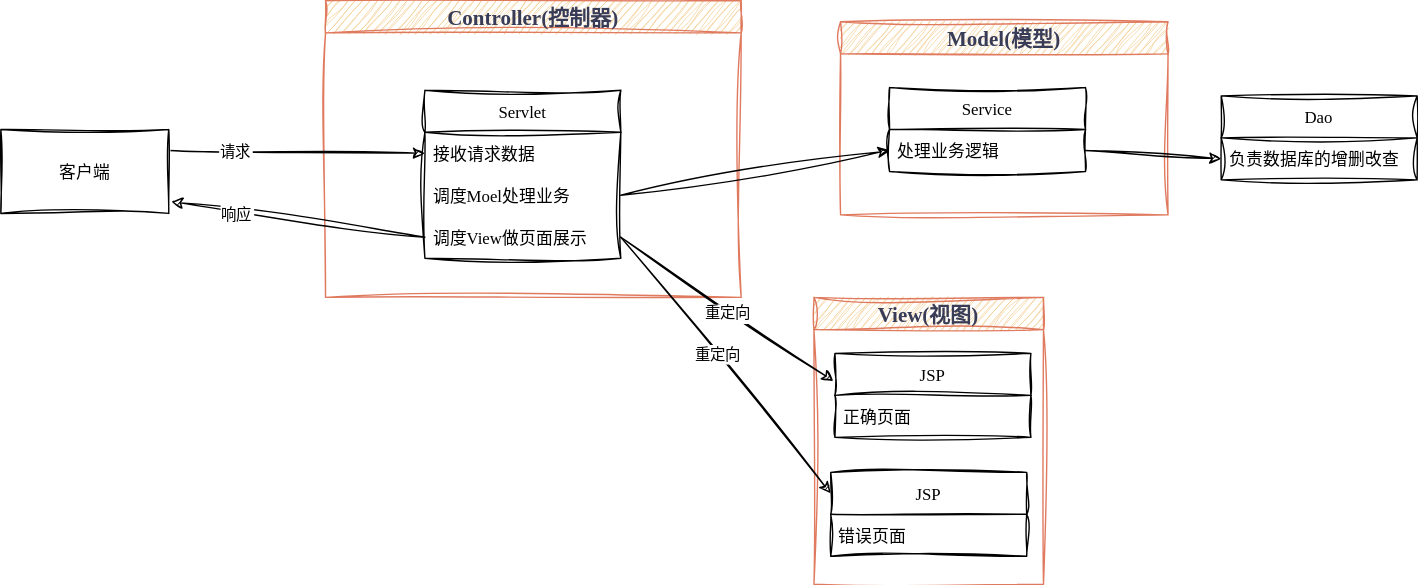
This is diagrams/java_serve/web_application/mvc/MVC架构模式.svg from luguosong/images, a draw.io export, as it was before one commit. Source tidied: cells renumbered, new cells last; positions are measured from the earlier drawing's top-left corner, leaving out a move shared by most shapes.
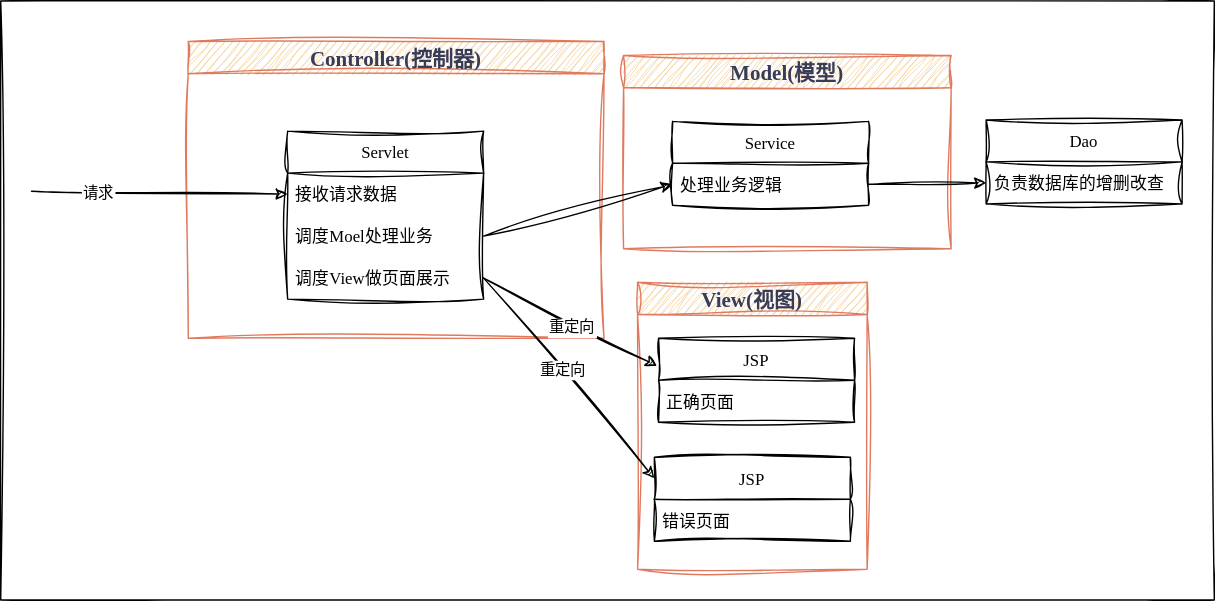
Later version of the same file.

Commit message:
更新MVC架构模式.svg

Change to the diagram source:
```diff
@@ -2,6 +2,9 @@
   <root>
     <mxCell id="0" />
     <mxCell id="1" parent="0" />
+    <mxCell id="28" style="rounded=0;sketch=1;hachureGap=4;jiggle=2;curveFitting=1;fontFamily=Architects Daughter;fontSource=https%3A%2F%2Ffonts.googleapis.com%2Fcss%3Ffamily%3DArchitects%2BDaughter;" parent="1" vertex="1">
+      <mxGeometry x="98" y="-29" width="867" height="428" as="geometry" />
+    </mxCell>
     <mxCell id="2" value="Controller(控制器)" style="swimlane;sketch=1;hachureGap=4;jiggle=2;curveFitting=1;fontFamily=LXGW WenKai;fontSize=15;strokeColor=#E07A5F;align=center;verticalAlign=middle;fontColor=#393C56;fontStyle=1;fillColor=#F2CC8F;labelBackgroundColor=none;" parent="1" vertex="1">
       <mxGeometry x="232" width="297" height="212" as="geometry" />
     </mxCell>
@@ -18,7 +21,7 @@
       <mxGeometry y="90" width="140" height="30" as="geometry" />
     </mxCell>
     <mxCell id="7" value="View(视图)" style="swimlane;sketch=1;hachureGap=4;jiggle=2;curveFitting=1;fontFamily=LXGW WenKai;fontSize=15;strokeColor=#E07A5F;align=center;verticalAlign=middle;fontColor=#393C56;fontStyle=1;fillColor=#F2CC8F;labelBackgroundColor=none;" parent="1" vertex="1">
-      <mxGeometry x="581" y="212" width="164" height="205" as="geometry" />
+      <mxGeometry x="553" y="172" width="164" height="205" as="geometry" />
     </mxCell>
     <mxCell id="8" value="JSP" style="swimlane;fontStyle=0;horizontal=1;startSize=30;sketch=1;hachureGap=4;jiggle=2;curveFitting=1;fontFamily=LXGW WenKai;" parent="7" vertex="1">
       <mxGeometry x="15" y="40" width="140" height="60" as="geometry" />
@@ -47,7 +50,7 @@
       <mxGeometry x="-0.09" y="1" relative="1" as="geometry" />
     </mxCell>
     <mxCell id="16" value="Model(模型)" style="swimlane;sketch=1;hachureGap=4;jiggle=2;curveFitting=1;fontFamily=LXGW WenKai;fontSize=15;strokeColor=#E07A5F;align=center;verticalAlign=middle;fontColor=#393C56;fontStyle=1;fillColor=#F2CC8F;labelBackgroundColor=none;" parent="1" vertex="1">
-      <mxGeometry x="600" y="15" width="234" height="138" as="geometry" />
+      <mxGeometry x="543" y="10" width="234" height="138" as="geometry" />
     </mxCell>
     <mxCell id="17" value="Service" style="swimlane;fontStyle=0;horizontal=1;startSize=30;sketch=1;hachureGap=4;jiggle=2;curveFitting=1;fontFamily=LXGW WenKai;" parent="16" vertex="1">
       <mxGeometry x="35" y="47" width="140" height="60" as="geometry" />
@@ -59,7 +62,7 @@
       <mxGeometry relative="1" as="geometry" />
     </mxCell>
     <mxCell id="20" value="Dao" style="swimlane;fontStyle=0;horizontal=1;startSize=30;sketch=1;hachureGap=4;jiggle=2;curveFitting=1;fontFamily=LXGW WenKai;" parent="1" vertex="1">
-      <mxGeometry x="872" y="68" width="140" height="60" as="geometry" />
+      <mxGeometry x="802" y="56" width="140" height="60" as="geometry" />
     </mxCell>
     <mxCell id="21" value="负责数据库的增删改查" style="text;strokeColor=none;fillColor=none;align=left;verticalAlign=middle;spacingLeft=4;spacingRight=4;overflow=hidden;points=[[0,0.5],[1,0.5]];portConstraint=eastwest;fontFamily=LXGW WenKai;" parent="20" vertex="1">
       <mxGeometry y="30" width="140" height="30" as="geometry" />
@@ -67,20 +70,13 @@
     <mxCell id="22" style="edgeStyle=none;rounded=0;sketch=1;hachureGap=4;jiggle=2;curveFitting=1;jettySize=auto;exitX=1;exitY=0.5;exitDx=0;exitDy=0;entryX=0;entryY=0.5;entryDx=0;entryDy=0;fontFamily=LXGW WenKai;" parent="1" edge="1" source="18" target="21">
       <mxGeometry relative="1" as="geometry" />
     </mxCell>
-    <mxCell id="23" style="edgeStyle=none;rounded=0;sketch=1;hachureGap=4;jiggle=2;curveFitting=1;jettySize=auto;exitX=1;exitY=0.25;exitDx=0;exitDy=0;entryX=0;entryY=0.5;entryDx=0;entryDy=0;fontFamily=LXGW WenKai;" parent="1" edge="1" source="25" target="4">
-      <mxGeometry relative="1" as="geometry" />
+    <mxCell id="23" style="edgeStyle=none;rounded=0;sketch=1;hachureGap=4;jiggle=2;curveFitting=1;jettySize=auto;exitX=1;exitY=0.25;exitDx=0;exitDy=0;entryX=0;entryY=0.5;entryDx=0;entryDy=0;fontFamily=LXGW WenKai;" parent="1" edge="1" target="4">
+      <mxGeometry relative="1" as="geometry">
+        <mxPoint x="120" y="107" as="sourcePoint" />
+      </mxGeometry>
     </mxCell>
     <mxCell id="24" value="请求" style="edgeLabel;align=center;verticalAlign=middle;sketch=1;hachureGap=4;jiggle=2;curveFitting=1;fontFamily=LXGW WenKai;" parent="23" vertex="1">
       <mxGeometry x="-0.48" relative="1" as="geometry" />
     </mxCell>
-    <mxCell id="25" value="客户端" style="rounded=0;sketch=1;hachureGap=4;jiggle=2;curveFitting=1;fontFamily=LXGW WenKai;" parent="1" vertex="1">
-      <mxGeometry y="92" width="120" height="60" as="geometry" />
-    </mxCell>
-    <mxCell id="26" style="edgeStyle=none;rounded=0;sketch=1;hachureGap=4;jiggle=2;curveFitting=1;jettySize=auto;exitX=0;exitY=0.5;exitDx=0;exitDy=0;entryX=1.015;entryY=0.859;entryDx=0;entryDy=0;entryPerimeter=0;fontFamily=LXGW WenKai;" parent="1" edge="1" source="6" target="25">
-      <mxGeometry relative="1" as="geometry" />
-    </mxCell>
-    <mxCell id="27" value="响应" style="edgeLabel;align=center;verticalAlign=middle;sketch=1;hachureGap=4;jiggle=2;curveFitting=1;fontFamily=LXGW WenKai;" parent="26" vertex="1">
-      <mxGeometry x="0.49" y="2" relative="1" as="geometry" />
-    </mxCell>
   </root>
 </mxGraphModel>
```
